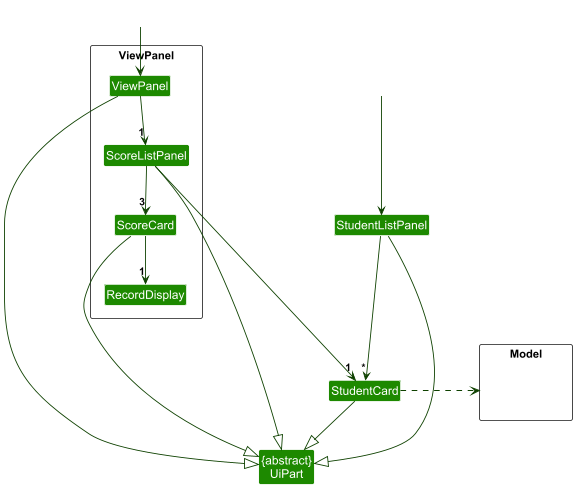
kailermai/tp keeps this PlantUML diagram as docs/images/ViewPanelClassDiagram.png. Above is the earlier version.
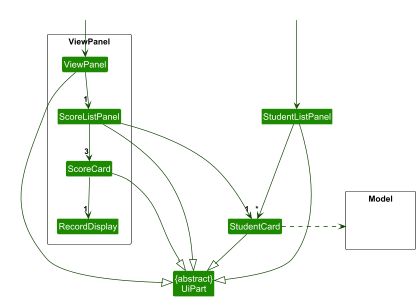
Above is the later version.

Commit message:
Improve readability for class diagrams

The edit, as a diff of the source:
```diff
@@ -33,9 +33,9 @@
 StudentListPanel -down--> "*" StudentCard
 MainWindow ---> StudentListPanel
 
-ViewPanel --|> UiPart
+ViewPanel -|> UiPart
 ScoreListPanel ---|> UiPart
 StudentListPanel ---|> UiPart
-ScoreCard ----|> UiPart
+ScoreCard ---|> UiPart
 StudentCard --down|> UiPart
 @enduml
```
